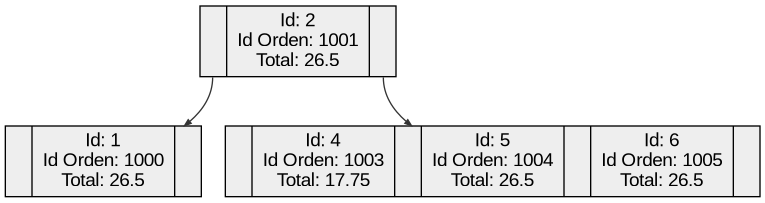
This is Fase2/AutoGestPro/Reportes/ReporteFacturas.png from 0520Jose/-EDD-1S2025_202300539, a Graphviz export, as it was before one commit. Its source is kept beside it as Fase2/AutoGestPro/Reportes/ReporteFacturas.dot.
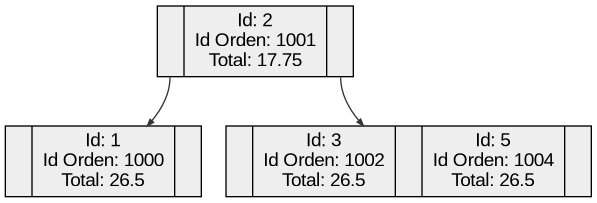
After the commit.

Change to the diagram source:
```diff
@@ -14,9 +14,9 @@
 edge [dir="forward"];
 edge [arrowhead="normal"];
 edge [arrowsize="0.5"];
-node3841804 [label="<f0>| Id: 2\nId Orden: 1001\nTotal: 26.5 | <f1>", shape=record];
-node3841804:f0 -> node34576242;
-node34576242 [label="<f0>| Id: 1\nId Orden: 1000\nTotal: 26.5 | <f1>", shape=record];
-node3841804:f1 -> node42750725;
-node42750725 [label="<f0>| Id: 4\nId Orden: 1003\nTotal: 17.75 | <f1>| Id: 5\nId Orden: 1004\nTotal: 26.5 | <f2>| Id: 6\nId Orden: 1005\nTotal: 26.5 | <f3>", shape=record];
+node19575591 [label="<f0>| Id: 2\nId Orden: 1001\nTotal: 17.75 | <f1>", shape=record];
+node19575591:f0 -> node42119052;
+node42119052 [label="<f0>| Id: 1\nId Orden: 1000\nTotal: 26.5 | <f1>", shape=record];
+node19575591:f1 -> node43527150;
+node43527150 [label="<f0>| Id: 3\nId Orden: 1002\nTotal: 26.5 | <f1>| Id: 5\nId Orden: 1004\nTotal: 26.5 | <f2>", shape=record];
 }
```
